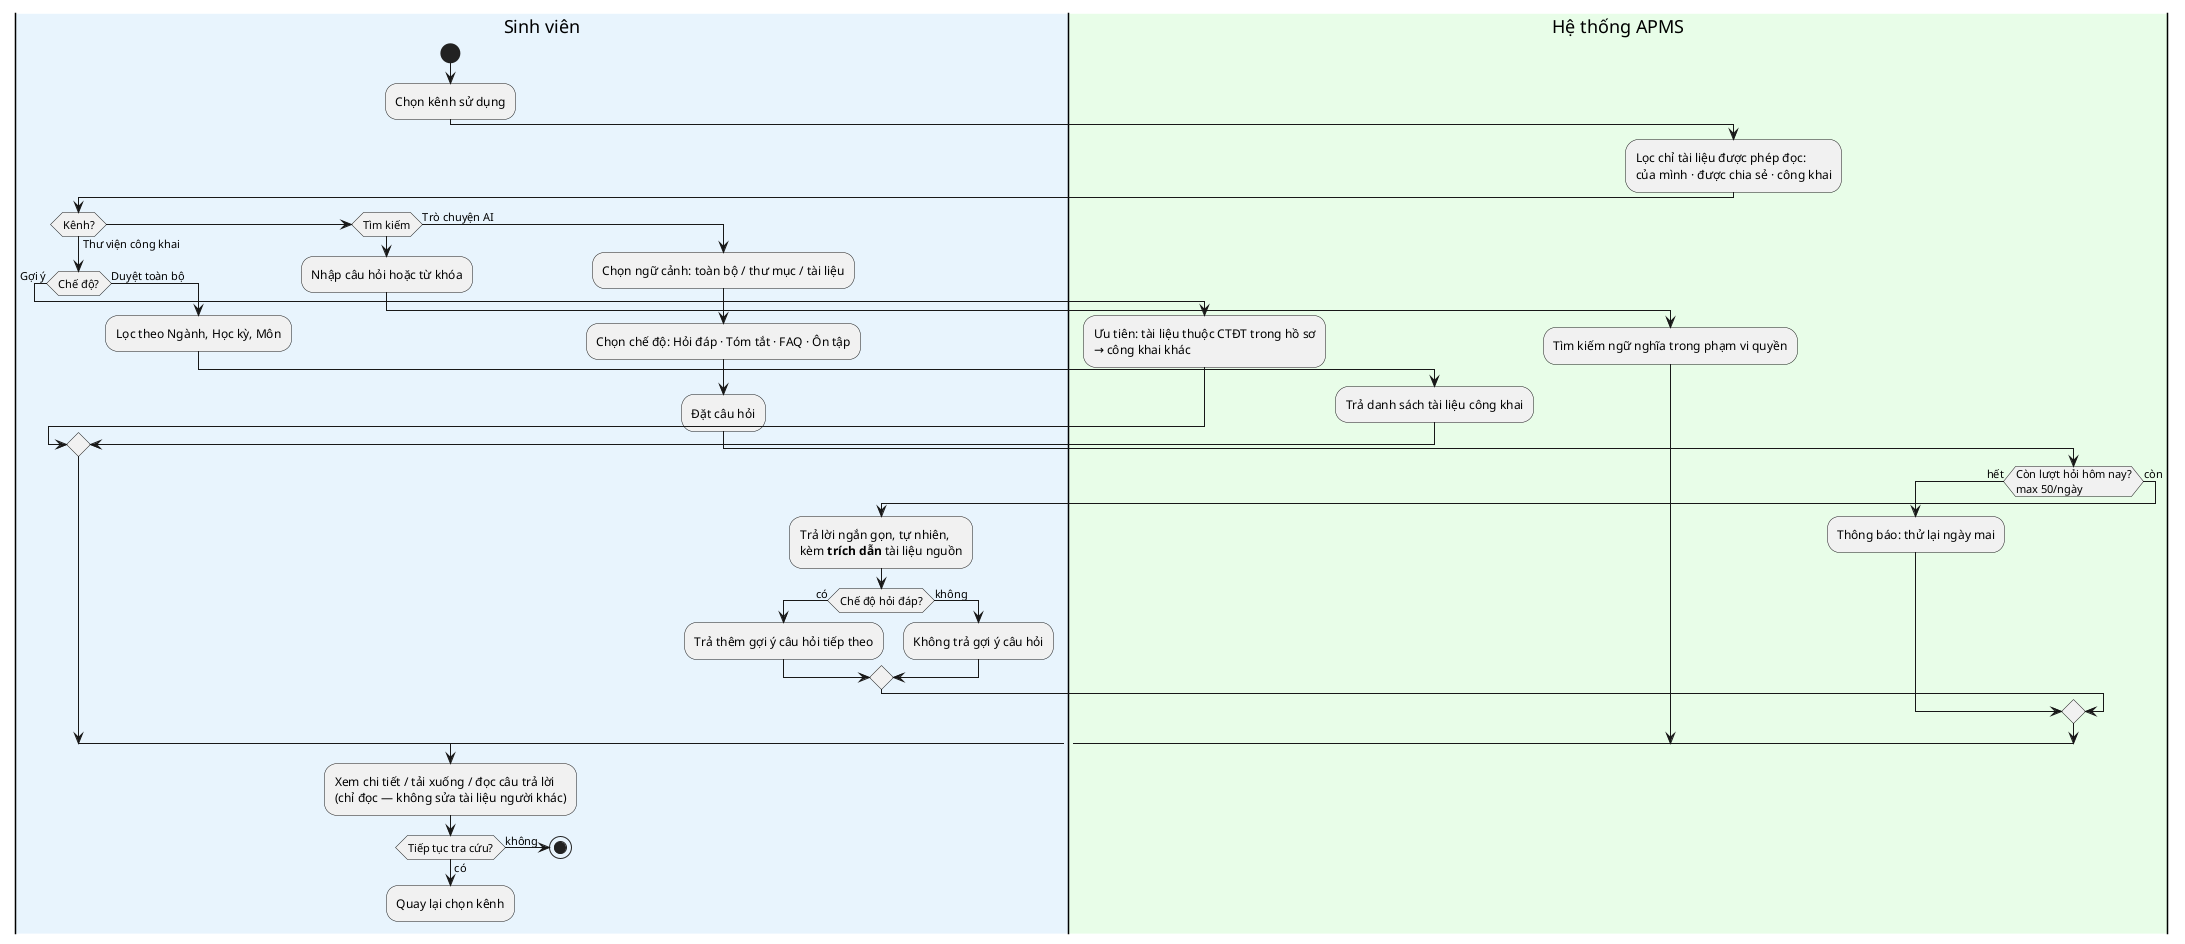
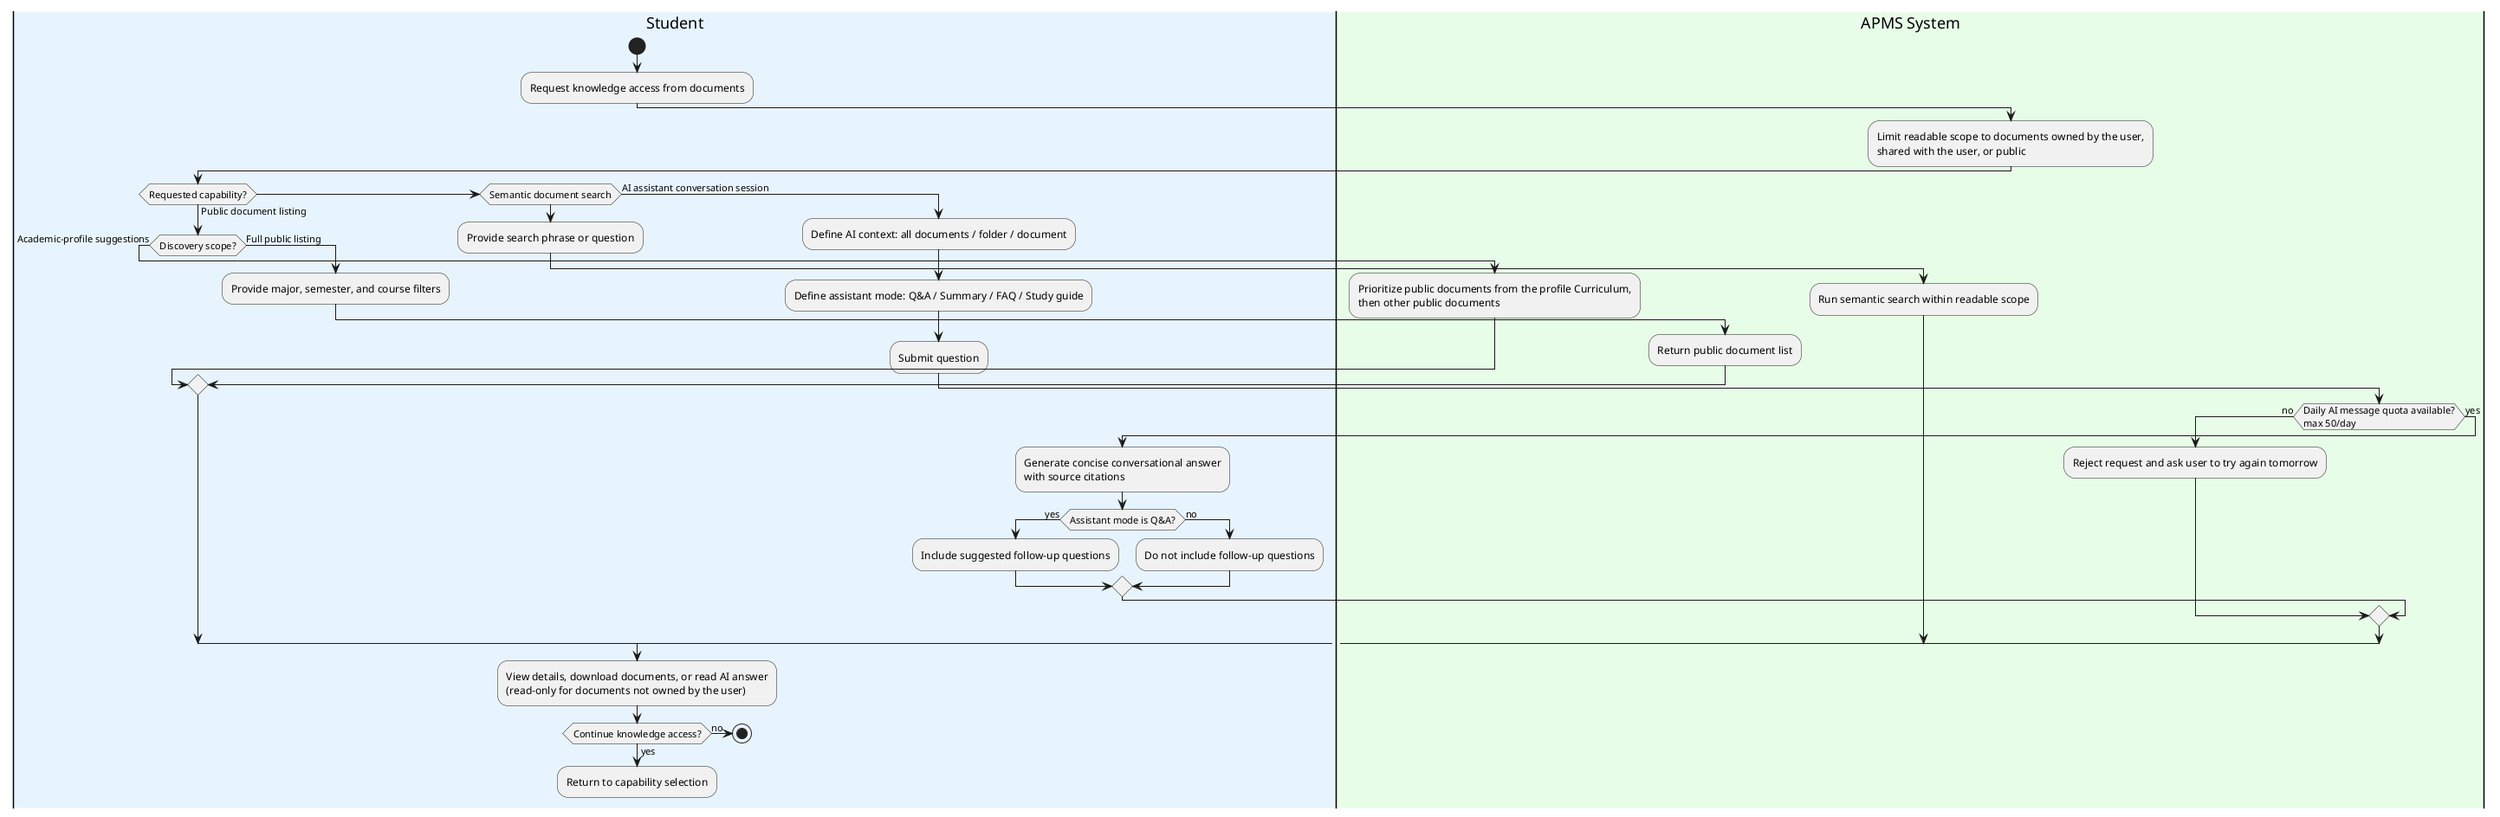
@startuml APMS_Activity3_Knowledge
skinparam swimlane {
  WrapTitle false
}

- |#E8F4FD|Sinh viên|
+ |#E8F4FD|Student|
start
- :Chọn kênh sử dụng;
+ :Request knowledge access from documents;

- |#E8FDE8|Hệ thống APMS|
- :Lọc chỉ tài liệu được phép đọc:\ncủa mình · được chia sẻ · công khai;
+ |#E8FDE8|APMS System|
+ :Limit readable scope to documents owned by the user,\nshared with the user, or public;

- |Sinh viên|
- if (Kênh?) then (Thư viện công khai)
-   if (Chế độ?) then (Gợi ý)
-     |Hệ thống APMS|
-     :Ưu tiên: tài liệu thuộc CTĐT trong hồ sơ\n→ công khai khác;
-     |Sinh viên|
-   else (Duyệt toàn bộ)
-     :Lọc theo Ngành, Học kỳ, Môn;
-     |Hệ thống APMS|
-     :Trả danh sách tài liệu công khai;
-     |Sinh viên|
+ |Student|
+ if (Requested capability?) then (Public document listing)
+   if (Discovery scope?) then (Academic-profile suggestions)
+     |APMS System|
+     :Prioritize public documents from the profile Curriculum,\nthen other public documents;
+     |Student|
+   else (Full public listing)
+     :Provide major, semester, and course filters;
+     |APMS System|
+     :Return public document list;
+     |Student|
  endif
- elseif (Tìm kiếm) then
-   :Nhập câu hỏi hoặc từ khóa;
-   |Hệ thống APMS|
-   :Tìm kiếm ngữ nghĩa trong phạm vi quyền;
-   |Sinh viên|
- else (Trò chuyện AI)
-   :Chọn ngữ cảnh: toàn bộ / thư mục / tài liệu;
-   :Chọn chế độ: Hỏi đáp · Tóm tắt · FAQ · Ôn tập;
-   :Đặt câu hỏi;
-   |Hệ thống APMS|
-   if (Còn lượt hỏi hôm nay?\nmax 50/ngày) then (hết)
-     :Thông báo: thử lại ngày mai;
-     |Sinh viên|
-   else (còn)
-     :Trả lời ngắn gọn, tự nhiên,\nkèm **trích dẫn** tài liệu nguồn;
-     if (Chế độ hỏi đáp?) then (có)
-       :Trả thêm gợi ý câu hỏi tiếp theo;
-     else (không)
-       :Không trả gợi ý câu hỏi;
+ elseif (Semantic document search) then
+   :Provide search phrase or question;
+   |APMS System|
+   :Run semantic search within readable scope;
+   |Student|
+ else (AI assistant conversation session)
+   :Define AI context: all documents / folder / document;
+   :Define assistant mode: Q&A / Summary / FAQ / Study guide;
+   :Submit question;
+   |APMS System|
+   if (Daily AI message quota available?\nmax 50/day) then (no)
+     :Reject request and ask user to try again tomorrow;
+     |Student|
+   else (yes)
+     :Generate concise conversational answer\nwith source citations;
+     if (Assistant mode is Q&A?) then (yes)
+       :Include suggested follow-up questions;
+     else (no)
+       :Do not include follow-up questions;
    endif
-     |Sinh viên|
+     |Student|
  endif
endif

- :Xem chi tiết / tải xuống / đọc câu trả lời\n(chỉ đọc — không sửa tài liệu người khác);
+ :View details, download documents, or read AI answer\n(read-only for documents not owned by the user);

- if (Tiếp tục tra cứu?) then (có)
-   :Quay lại chọn kênh;
+ if (Continue knowledge access?) then (yes)
+   :Return to capability selection;
  detach
- else (không)
+ else (no)
  stop
endif

@enduml
